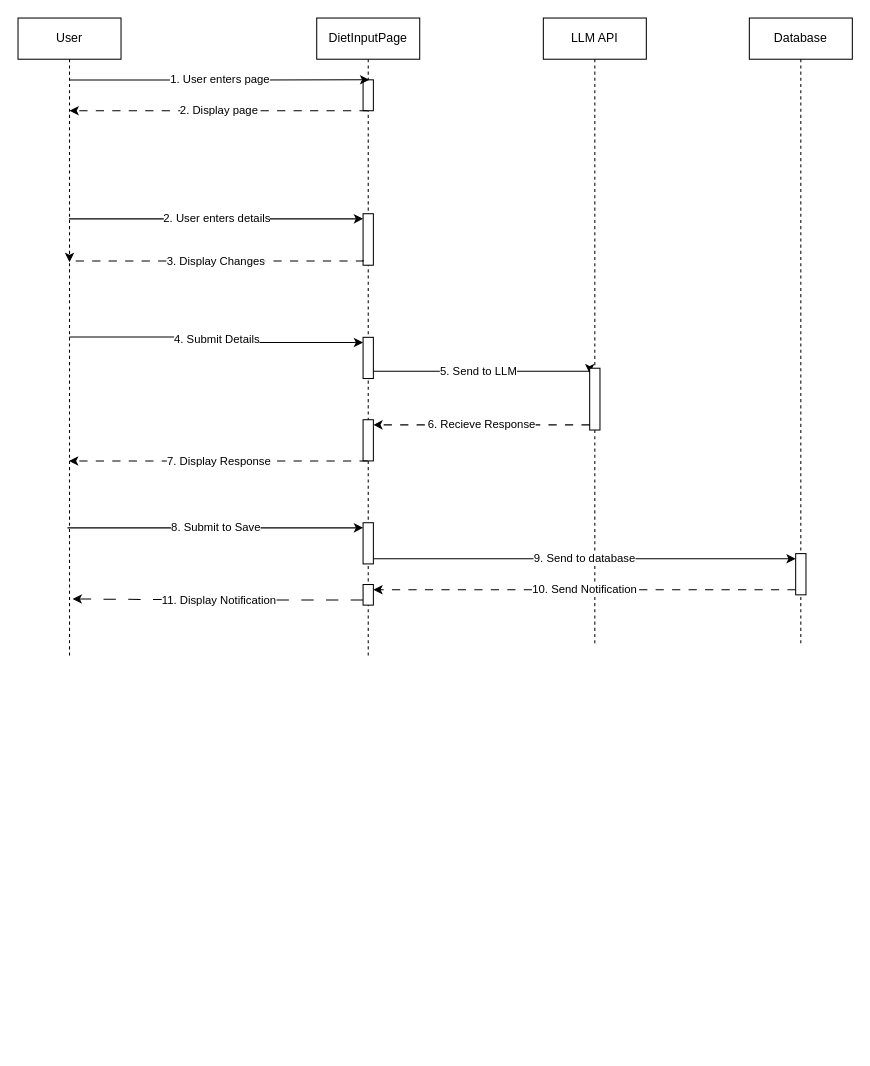
Above: diagrams/DietPage_SequenceDiagram.drawio in ChrisMichaudd/seng401test (draw.io), before the change. Source tidied: cells renumbered, new cells numbered last; positions are measured from the earlier drawing's top-left corner, leaving out a move shared by most shapes. Both pictures are drawn from the tidied source at 103%, with x=0, y=0 at pixel (18, 18).
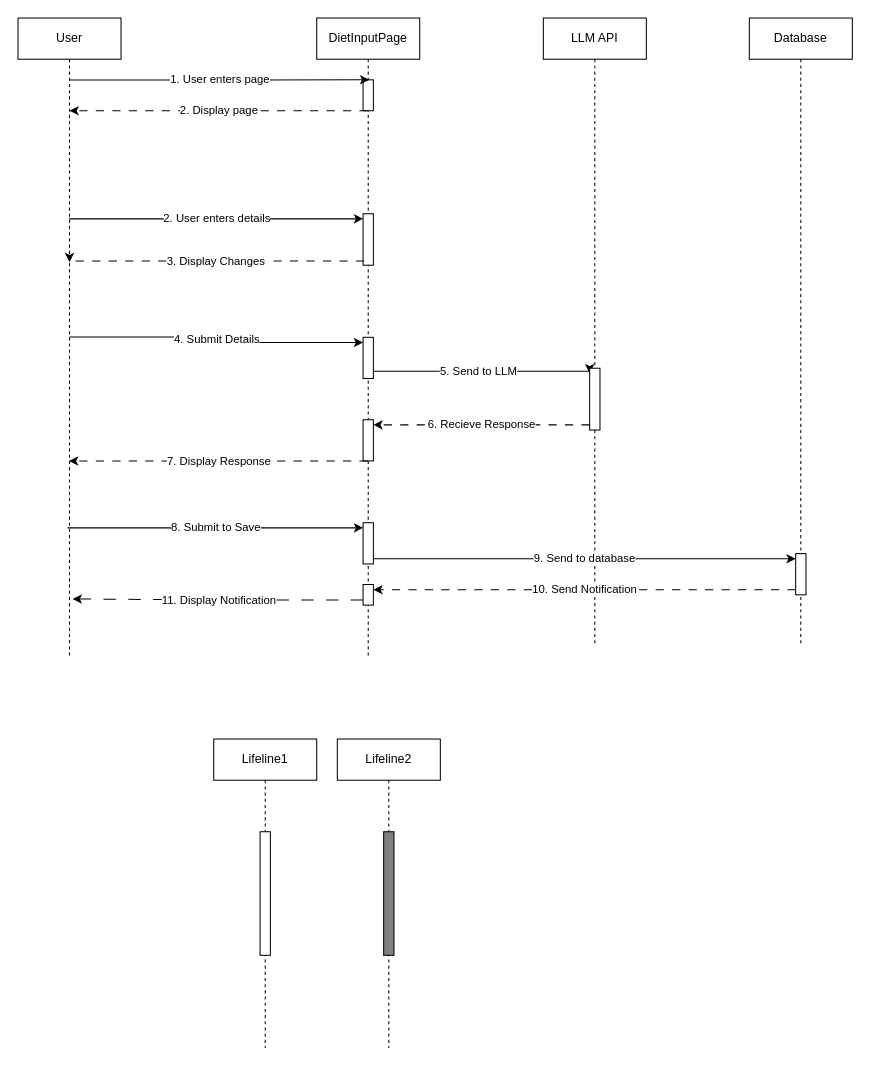
The same page after the edit.

The edit, as a diff of the source:
```diff
@@
+    <mxCell id="26" value="Lifeline2" style="shape=umlLifeline;perimeter=lifelinePerimeter;whiteSpace=wrap;html=1;newEdgeStyle={&quot;edgeStyle&quot;:&quot;elbowEdgeStyle&quot;,&quot;elbow&quot;:&quot;vertical&quot;,&quot;curved&quot;:0,&quot;rounded&quot;:0};" parent="1" vertex="1">
+      <mxGeometry x="310" y="700" width="100" height="300" as="geometry" />
+    </mxCell>
+    <mxCell id="27" style="html=1;perimeter=orthogonalPerimeter;targetShapes=umlLifeline;newEdgeStyle={&quot;curved&quot;:0,&quot;rounded&quot;:0};fillColor=#808080;" parent="26" vertex="1">
+      <mxGeometry x="45" y="90" width="10" height="120" as="geometry" />
+    </mxCell>
+    <mxCell id="28" value="Lifeline1" style="shape=umlLifeline;perimeter=lifelinePerimeter;whiteSpace=wrap;html=1;newEdgeStyle={&quot;edgeStyle&quot;:&quot;elbowEdgeStyle&quot;,&quot;elbow&quot;:&quot;vertical&quot;,&quot;curved&quot;:0,&quot;rounded&quot;:0};" parent="1" vertex="1">
+      <mxGeometry x="190" y="700" width="100" height="300" as="geometry" />
+    </mxCell>
+    <mxCell id="29" style="html=1;perimeter=orthogonalPerimeter;targetShapes=umlLifeline;newEdgeStyle={&quot;curved&quot;:0,&quot;rounded&quot;:0};" parent="28" vertex="1">
+      <mxGeometry x="45" y="90" width="10" height="120" as="geometry" />
+    </mxCell>
```
